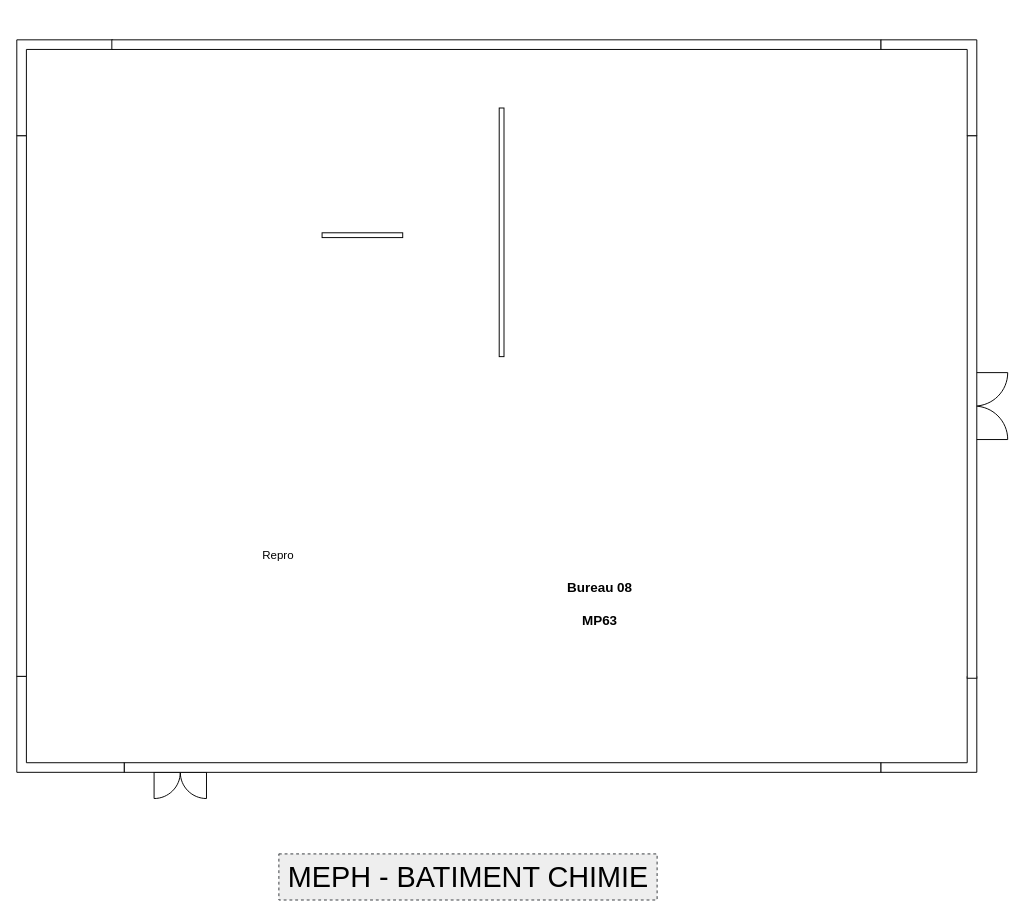
Earlier version of the draw.io diagram meph-plan_chimie.drawio (gI7DUmmY/diagrams). Source tidied: cells renumbered, new cells numbered last; positions are measured from the earlier drawing's top-left corner, leaving out a move shared by most shapes. Both pictures are drawn from the tidied source at 96%, with x=0, y=0 at pixel (16, 39).
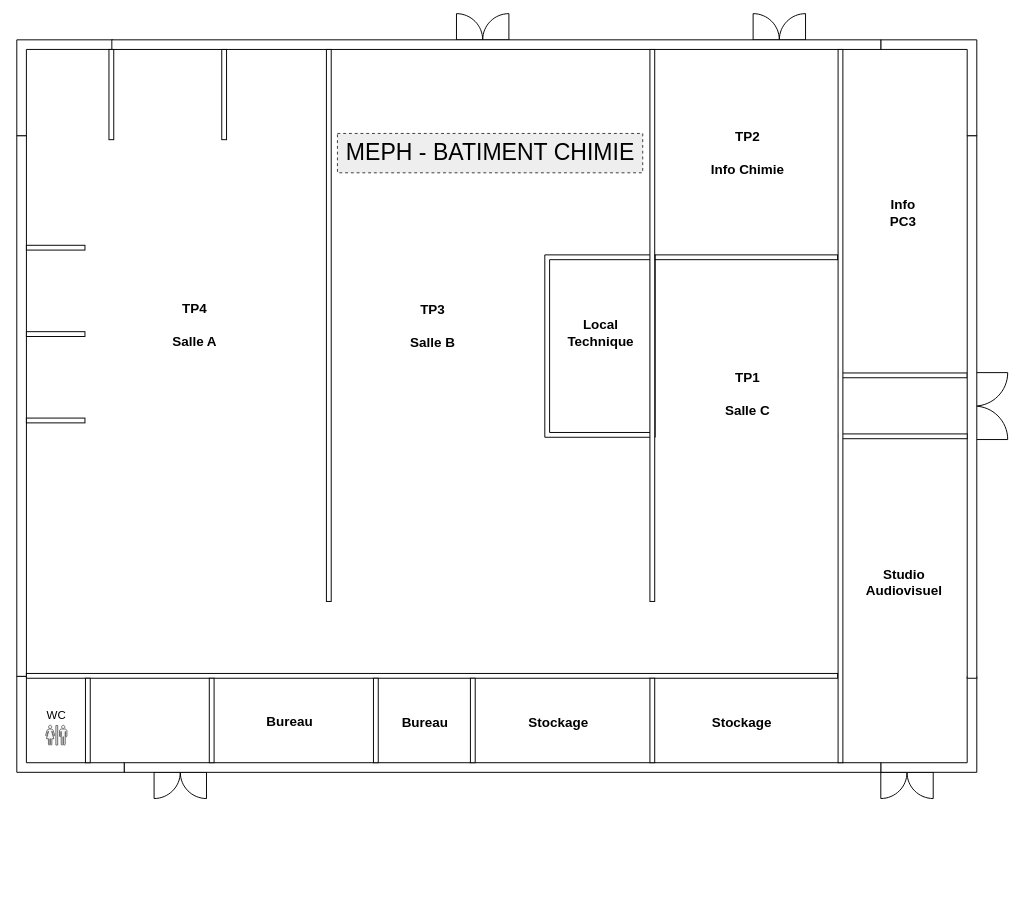
After the change.

Commit message (it also covers changes not shown here):
Mettre à jour meph-plan_chimie.drawio

Diff of the diagram source:
```diff
@@
+    <mxCell id="17" style="verticalLabelPosition=bottom;html=1;verticalAlign=top;align=center;shape=mxgraph.floorplan.doorDouble;strokeColor=default;fontFamily=Helvetica;fontSize=12;fontColor=default;fillColor=default;rotation=-180;" parent="1" vertex="1">
+      <mxGeometry x="458" y="-24" width="54.6" height="29" as="geometry" />
+    </mxCell>
+    <mxCell id="18" style="verticalLabelPosition=bottom;html=1;verticalAlign=top;align=center;shape=mxgraph.floorplan.doorDouble;strokeColor=default;fontFamily=Helvetica;fontSize=12;fontColor=default;fillColor=default;rotation=-180;" parent="1" vertex="1">
+      <mxGeometry x="767" y="-24" width="54.6" height="29" as="geometry" />
+    </mxCell>
+    <mxCell id="19" style="verticalLabelPosition=bottom;html=1;verticalAlign=top;align=center;shape=mxgraph.floorplan.doorDouble;strokeColor=default;fontFamily=Helvetica;fontSize=12;fontColor=default;fillColor=default;" parent="1" vertex="1">
+      <mxGeometry x="900" y="758" width="54.6" height="29" as="geometry" />
+    </mxCell>
+    <mxCell id="20" style="verticalLabelPosition=bottom;html=1;verticalAlign=top;align=center;shape=mxgraph.floorplan.room;wallThickness=5;" parent="1" vertex="1">
+      <mxGeometry x="550" y="224" width="115" height="190" as="geometry" />
+    </mxCell>
@@
     <mxCell id="4" style="verticalLabelPosition=bottom;html=1;verticalAlign=top;align=center;shape=mxgraph.floorplan.wall;fontFamily=Helvetica;fontSize=12;fillColor=default;wallThickness=5;" parent="1" vertex="1">
-      <mxGeometry x="318" y="203" width="84" height="1" as="geometry" />
+      <mxGeometry x="856" y="349" width="134" height="1" as="geometry" />
     </mxCell>
@@
     <mxCell id="12" style="verticalLabelPosition=bottom;html=1;verticalAlign=top;align=center;shape=mxgraph.floorplan.wall;direction=south;fontFamily=Helvetica;fontSize=12;wallThickness=5;" parent="1" vertex="1">
-      <mxGeometry x="500" y="71" width="10" height="259" as="geometry" />
+      <mxGeometry x="657" y="10" width="10" height="575" as="geometry" />
     </mxCell>
-    <mxCell id="13" value="Repro" style="text;html=1;align=center;verticalAlign=middle;strokeColor=none;fillColor=none;fontFamily=Helvetica;fontSize=12;fontColor=default;" parent="1" vertex="1">
-      <mxGeometry x="246" y="524" width="51" height="26" as="geometry" />
+    <mxCell id="13" value="WC" style="text;html=1;align=center;verticalAlign=middle;strokeColor=none;fillColor=none;fontFamily=Helvetica;fontSize=12;fontColor=default;" parent="1" vertex="1">
+      <mxGeometry x="22" y="691" width="38" height="26" as="geometry" />
     </mxCell>
@@
-    <mxCell id="15" value="Bureau 08&lt;div style=&quot;font-size: 14px;&quot;&gt;&lt;br style=&quot;font-size: 14px;&quot;&gt;&lt;/div&gt;&lt;div style=&quot;font-size: 14px;&quot;&gt;MP63&lt;/div&gt;" style="text;html=1;align=center;verticalAlign=middle;strokeColor=none;fillColor=none;fontFamily=Helvetica;fontSize=14;fontColor=default;fontStyle=1;" parent="1" vertex="1">
-      <mxGeometry x="565" y="557" width="83" height="62" as="geometry" />
+    <mxCell id="15" value="TP4&lt;div&gt;&lt;br&gt;&lt;/div&gt;&lt;div&gt;Salle A&lt;/div&gt;" style="text;html=1;align=center;verticalAlign=middle;strokeColor=none;fillColor=none;fontFamily=Helvetica;fontSize=14;fontColor=default;fontStyle=1;" parent="1" vertex="1">
+      <mxGeometry x="154" y="266" width="62" height="62" as="geometry" />
     </mxCell>
-    <mxCell id="16" value="MEPH - BATIMENT CHIMIE" style="text;html=1;align=center;verticalAlign=middle;fontFamily=Helvetica;fontSize=30;fillColor=#eeeeee;strokeColor=#36393d;dashed=1;" parent="1" vertex="1">
-      <mxGeometry x="273" y="848" width="394" height="48" as="geometry" />
+    <mxCell id="16" value="MEPH - BATIMENT CHIMIE" style="text;html=1;align=center;verticalAlign=middle;fontFamily=Helvetica;fontSize=24;fillColor=#eeeeee;strokeColor=#36393d;dashed=1;" parent="1" vertex="1">
+      <mxGeometry x="334" y="97.5" width="318" height="41" as="geometry" />
     </mxCell>
+    <mxCell id="21" style="verticalLabelPosition=bottom;html=1;verticalAlign=top;align=center;shape=mxgraph.floorplan.wall;fontFamily=Helvetica;fontSize=12;fillColor=default;wallThickness=5;" parent="1" vertex="1">
+      <mxGeometry x="856" y="412.5" width="134" height="1" as="geometry" />
+    </mxCell>
+    <mxCell id="22" style="verticalLabelPosition=bottom;html=1;verticalAlign=top;align=center;shape=mxgraph.floorplan.wall;direction=south;fontFamily=Helvetica;fontSize=12;wallThickness=5;" parent="1" vertex="1">
+      <mxGeometry x="853" y="10" width="10" height="743" as="geometry" />
+    </mxCell>
+    <mxCell id="23" value="Studio&lt;div&gt;Audiovisuel&lt;/div&gt;" style="text;html=1;align=center;verticalAlign=middle;strokeColor=none;fillColor=none;fontFamily=Helvetica;fontSize=14;fontColor=default;fontStyle=1;" parent="1" vertex="1">
+      <mxGeometry x="878.5" y="542" width="90" height="46" as="geometry" />
+    </mxCell>
+    <mxCell id="24" value="Info&lt;div&gt;PC3&lt;/div&gt;" style="text;html=1;align=center;verticalAlign=middle;strokeColor=none;fillColor=none;fontFamily=Helvetica;fontSize=14;fontColor=default;fontStyle=1;" parent="1" vertex="1">
+      <mxGeometry x="900.5" y="157" width="45" height="46" as="geometry" />
+    </mxCell>
+    <mxCell id="25" style="verticalLabelPosition=bottom;html=1;verticalAlign=top;align=center;shape=mxgraph.floorplan.wall;fontFamily=Helvetica;fontSize=12;fillColor=default;wallThickness=5;" parent="1" vertex="1">
+      <mxGeometry x="665" y="226" width="190" height="1" as="geometry" />
+    </mxCell>
+    <mxCell id="26" value="&lt;div&gt;TP2&lt;/div&gt;&lt;div&gt;&lt;br&gt;&lt;/div&gt;Info&amp;nbsp;&lt;span style=&quot;background-color: initial;&quot;&gt;Chimie&lt;/span&gt;" style="text;html=1;align=center;verticalAlign=middle;strokeColor=none;fillColor=none;fontFamily=Helvetica;fontSize=14;fontColor=default;fontStyle=1;" parent="1" vertex="1">
+      <mxGeometry x="716" y="87" width="89" height="62" as="geometry" />
+    </mxCell>
+    <mxCell id="27" value="TP1&lt;div&gt;&lt;br&gt;&lt;/div&gt;&lt;div&gt;Salle C&lt;/div&gt;" style="text;html=1;align=center;verticalAlign=middle;strokeColor=none;fillColor=none;fontFamily=Helvetica;fontSize=14;fontColor=default;fontStyle=1;" parent="1" vertex="1">
+      <mxGeometry x="729.5" y="338" width="63" height="62" as="geometry" />
+    </mxCell>
+    <mxCell id="28" value="Local&lt;div&gt;Technique&lt;/div&gt;" style="text;html=1;align=center;verticalAlign=middle;strokeColor=none;fillColor=none;fontFamily=Helvetica;fontSize=14;fontColor=default;fontStyle=1;" parent="1" vertex="1">
+      <mxGeometry x="567" y="282" width="82" height="46" as="geometry" />
+    </mxCell>
+    <mxCell id="29" style="verticalLabelPosition=bottom;html=1;verticalAlign=top;align=center;shape=mxgraph.floorplan.wall;direction=south;fontFamily=Helvetica;fontSize=12;wallThickness=5;" parent="1" vertex="1">
+      <mxGeometry x="320" y="10" width="10" height="575" as="geometry" />
+    </mxCell>
+    <mxCell id="30" style="verticalLabelPosition=bottom;html=1;verticalAlign=top;align=center;shape=mxgraph.floorplan.wall;fontFamily=Helvetica;fontSize=12;fillColor=default;wallThickness=5;" parent="1" vertex="1">
+      <mxGeometry x="10" y="662" width="845" height="1" as="geometry" />
+    </mxCell>
+    <mxCell id="31" value="TP3&lt;div&gt;&lt;br&gt;&lt;/div&gt;&lt;div&gt;Salle B&lt;/div&gt;" style="text;html=1;align=center;verticalAlign=middle;strokeColor=none;fillColor=none;fontFamily=Helvetica;fontSize=14;fontColor=default;fontStyle=1;" parent="1" vertex="1">
+      <mxGeometry x="401.5" y="266.5" width="62" height="62" as="geometry" />
+    </mxCell>
+    <mxCell id="32" style="verticalLabelPosition=bottom;html=1;verticalAlign=top;align=center;shape=mxgraph.floorplan.wall;fontFamily=Helvetica;fontSize=12;fillColor=default;wallThickness=5;" parent="1" vertex="1">
+      <mxGeometry x="10" y="216" width="61" height="1" as="geometry" />
+    </mxCell>
+    <mxCell id="33" style="verticalLabelPosition=bottom;html=1;verticalAlign=top;align=center;shape=mxgraph.floorplan.wall;fontFamily=Helvetica;fontSize=12;fillColor=default;wallThickness=5;" parent="1" vertex="1">
+      <mxGeometry x="10" y="306" width="61" height="1" as="geometry" />
+    </mxCell>
+    <mxCell id="34" style="verticalLabelPosition=bottom;html=1;verticalAlign=top;align=center;shape=mxgraph.floorplan.wall;fontFamily=Helvetica;fontSize=12;fillColor=default;wallThickness=5;" parent="1" vertex="1">
+      <mxGeometry x="10" y="396" width="61" height="1" as="geometry" />
+    </mxCell>
+    <mxCell id="35" style="verticalLabelPosition=bottom;html=1;verticalAlign=top;align=center;shape=mxgraph.floorplan.wall;fontFamily=Helvetica;fontSize=12;fillColor=default;wallThickness=5;rotation=90;" parent="1" vertex="1">
+      <mxGeometry x="51.5" y="56.5" width="94" height="1" as="geometry" />
+    </mxCell>
+    <mxCell id="36" style="verticalLabelPosition=bottom;html=1;verticalAlign=top;align=center;shape=mxgraph.floorplan.wall;fontFamily=Helvetica;fontSize=12;fillColor=default;wallThickness=5;rotation=90;" parent="1" vertex="1">
+      <mxGeometry x="169" y="56.5" width="94" height="1" as="geometry" />
+    </mxCell>
+    <mxCell id="37" style="verticalLabelPosition=bottom;html=1;verticalAlign=top;align=center;shape=mxgraph.floorplan.wall;fontFamily=Helvetica;fontSize=12;fillColor=default;wallThickness=5;rotation=90;" parent="1" vertex="1">
+      <mxGeometry x="30" y="708.5" width="88" height="1" as="geometry" />
+    </mxCell>
+    <mxCell id="38" style="shape=mxgraph.signs.people.unisex;html=1;fillColor=#f5f5f5;strokeColor=#666666;verticalLabelPosition=bottom;verticalAlign=top;align=center;sketch=0;fontColor=#333333;" parent="1" vertex="1">
+      <mxGeometry x="29.8" y="714" width="22.4" height="21" as="geometry" />
+    </mxCell>
+    <mxCell id="39" style="verticalLabelPosition=bottom;html=1;verticalAlign=top;align=center;shape=mxgraph.floorplan.wall;fontFamily=Helvetica;fontSize=12;fillColor=default;wallThickness=5;rotation=90;" parent="1" vertex="1">
+      <mxGeometry x="159" y="708.5" width="88" height="1" as="geometry" />
+    </mxCell>
+    <mxCell id="40" style="verticalLabelPosition=bottom;html=1;verticalAlign=top;align=center;shape=mxgraph.floorplan.wall;fontFamily=Helvetica;fontSize=12;fillColor=default;wallThickness=5;rotation=90;" parent="1" vertex="1">
+      <mxGeometry x="330" y="708.5" width="88" height="1" as="geometry" />
+    </mxCell>
+    <mxCell id="41" value="Bureau" style="text;html=1;align=center;verticalAlign=middle;strokeColor=none;fillColor=none;fontFamily=Helvetica;fontSize=14;fontColor=default;fontStyle=1;" parent="1" vertex="1">
+      <mxGeometry x="252" y="695" width="63" height="29" as="geometry" />
+    </mxCell>
+    <mxCell id="42" value="Bureau" style="text;html=1;align=center;verticalAlign=middle;strokeColor=none;fillColor=none;fontFamily=Helvetica;fontSize=14;fontColor=default;fontStyle=1;" parent="1" vertex="1">
+      <mxGeometry x="393" y="696" width="63" height="29" as="geometry" />
+    </mxCell>
+    <mxCell id="43" style="verticalLabelPosition=bottom;html=1;verticalAlign=top;align=center;shape=mxgraph.floorplan.wall;fontFamily=Helvetica;fontSize=12;fillColor=default;wallThickness=5;rotation=90;" parent="1" vertex="1">
+      <mxGeometry x="431" y="708.5" width="88" height="1" as="geometry" />
+    </mxCell>
+    <mxCell id="44" style="verticalLabelPosition=bottom;html=1;verticalAlign=top;align=center;shape=mxgraph.floorplan.wall;fontFamily=Helvetica;fontSize=12;fillColor=default;wallThickness=5;rotation=90;" parent="1" vertex="1">
+      <mxGeometry x="618" y="708.5" width="88" height="1" as="geometry" />
+    </mxCell>
+    <mxCell id="45" value="Stockage" style="text;html=1;align=center;verticalAlign=middle;strokeColor=none;fillColor=none;fontFamily=Helvetica;fontSize=14;fontColor=default;fontStyle=1;" parent="1" vertex="1">
+      <mxGeometry x="526" y="696" width="76" height="29" as="geometry" />
+    </mxCell>
+    <mxCell id="46" value="Stockage" style="text;html=1;align=center;verticalAlign=middle;strokeColor=none;fillColor=none;fontFamily=Helvetica;fontSize=14;fontColor=default;fontStyle=1;" parent="1" vertex="1">
+      <mxGeometry x="716.5" y="696" width="76" height="29" as="geometry" />
+    </mxCell>
```
